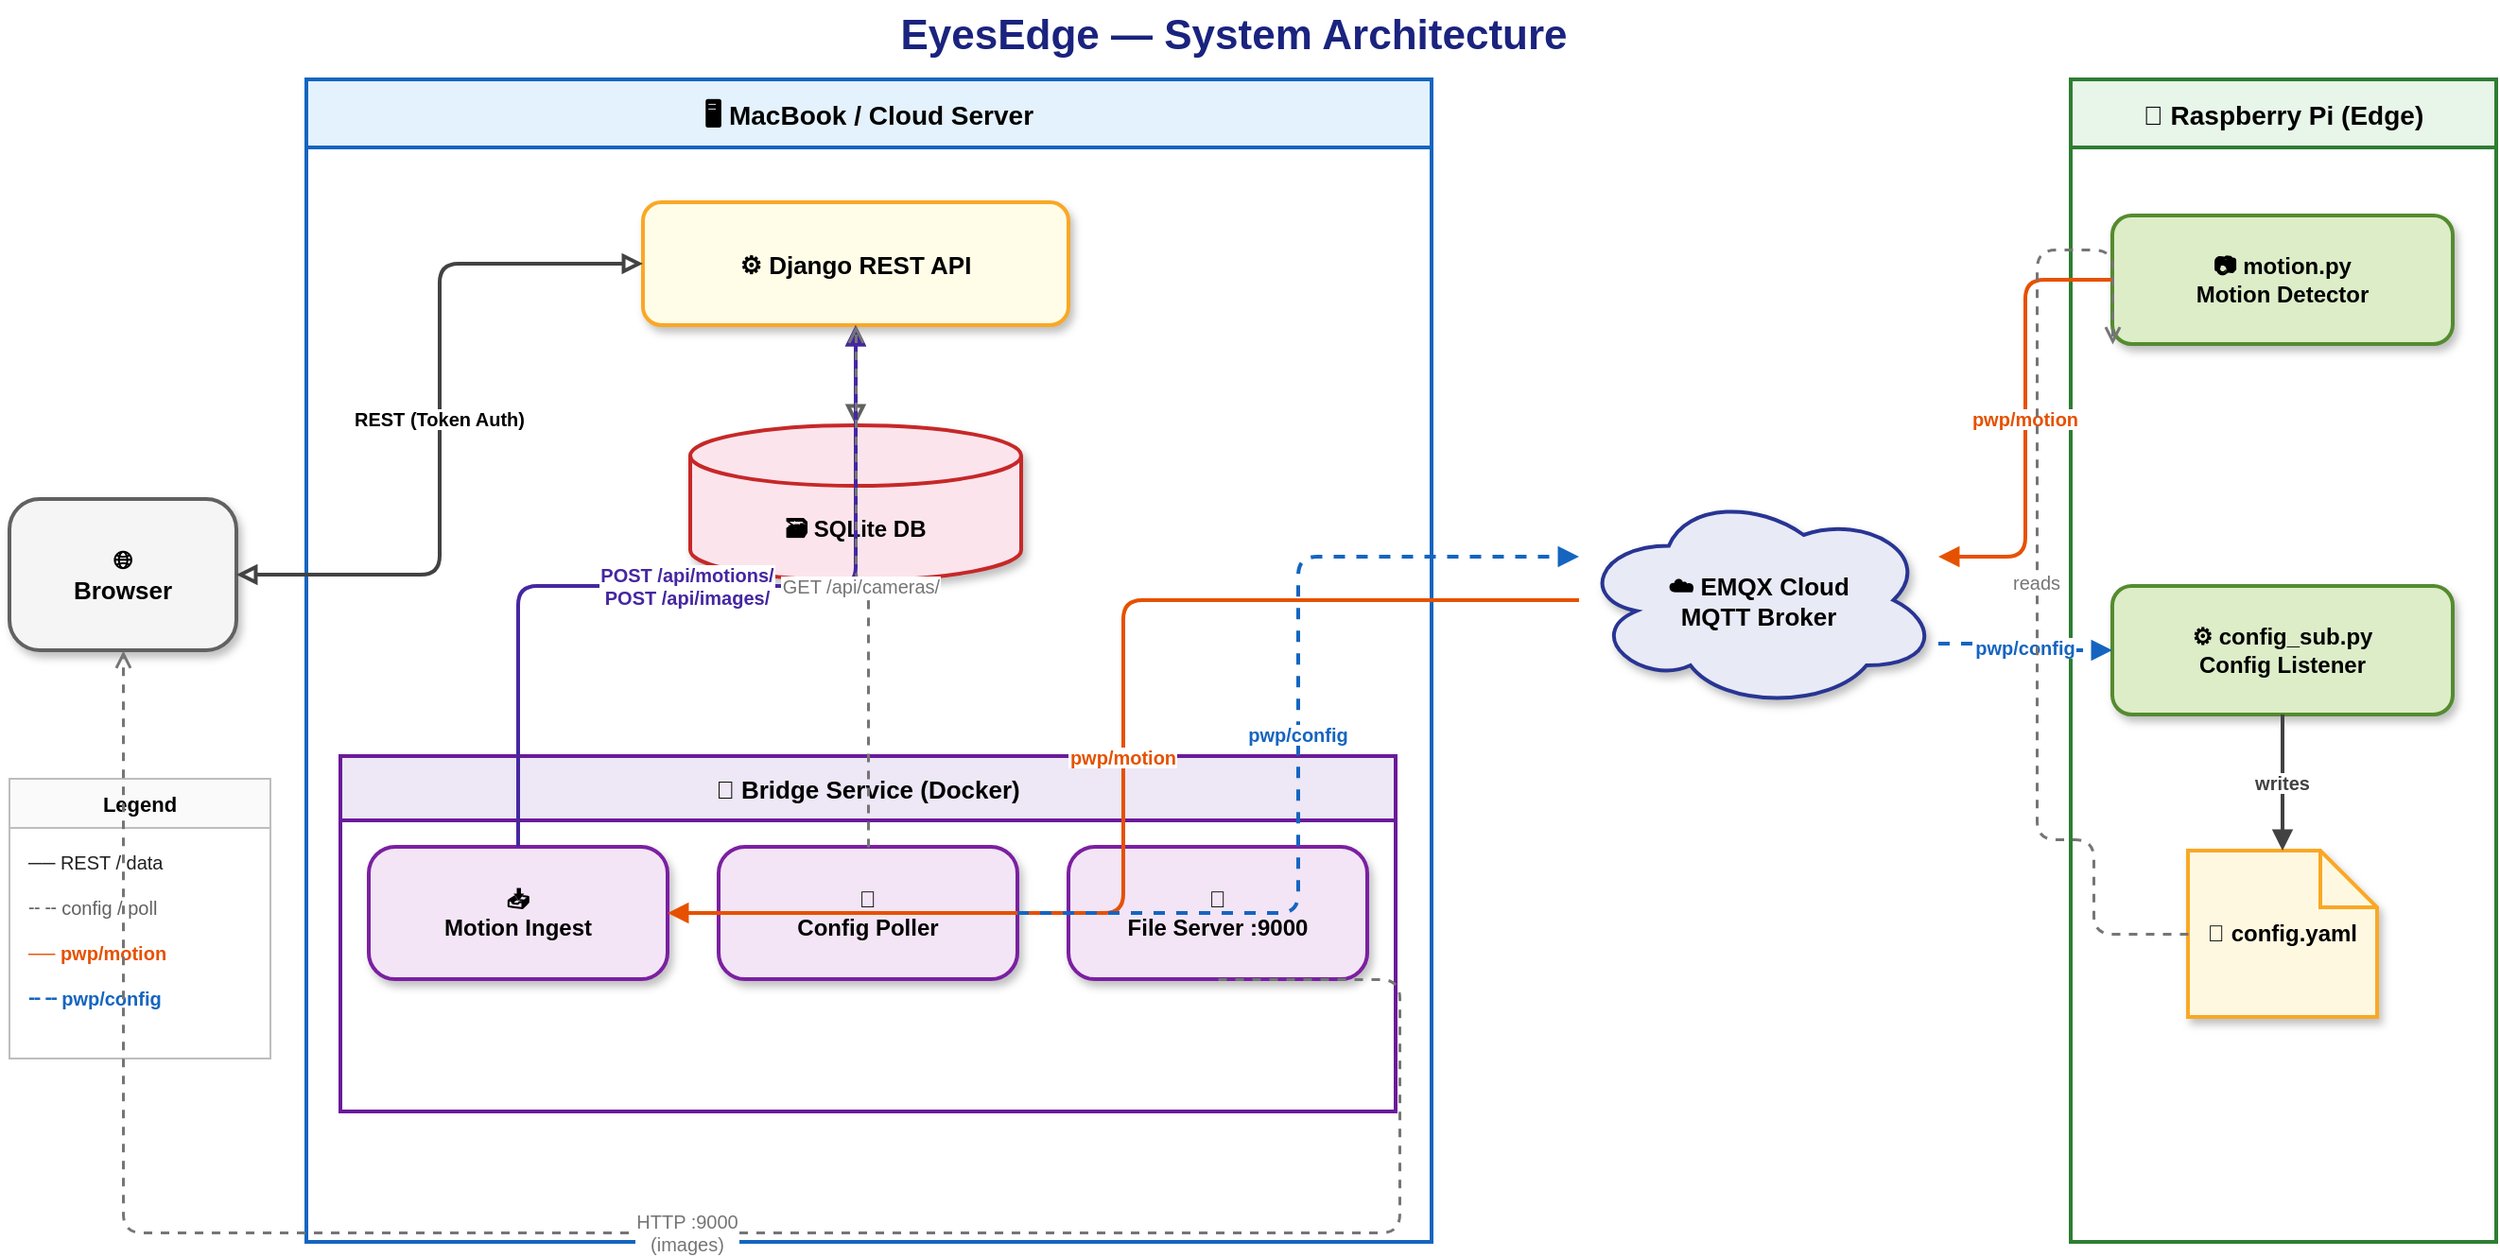
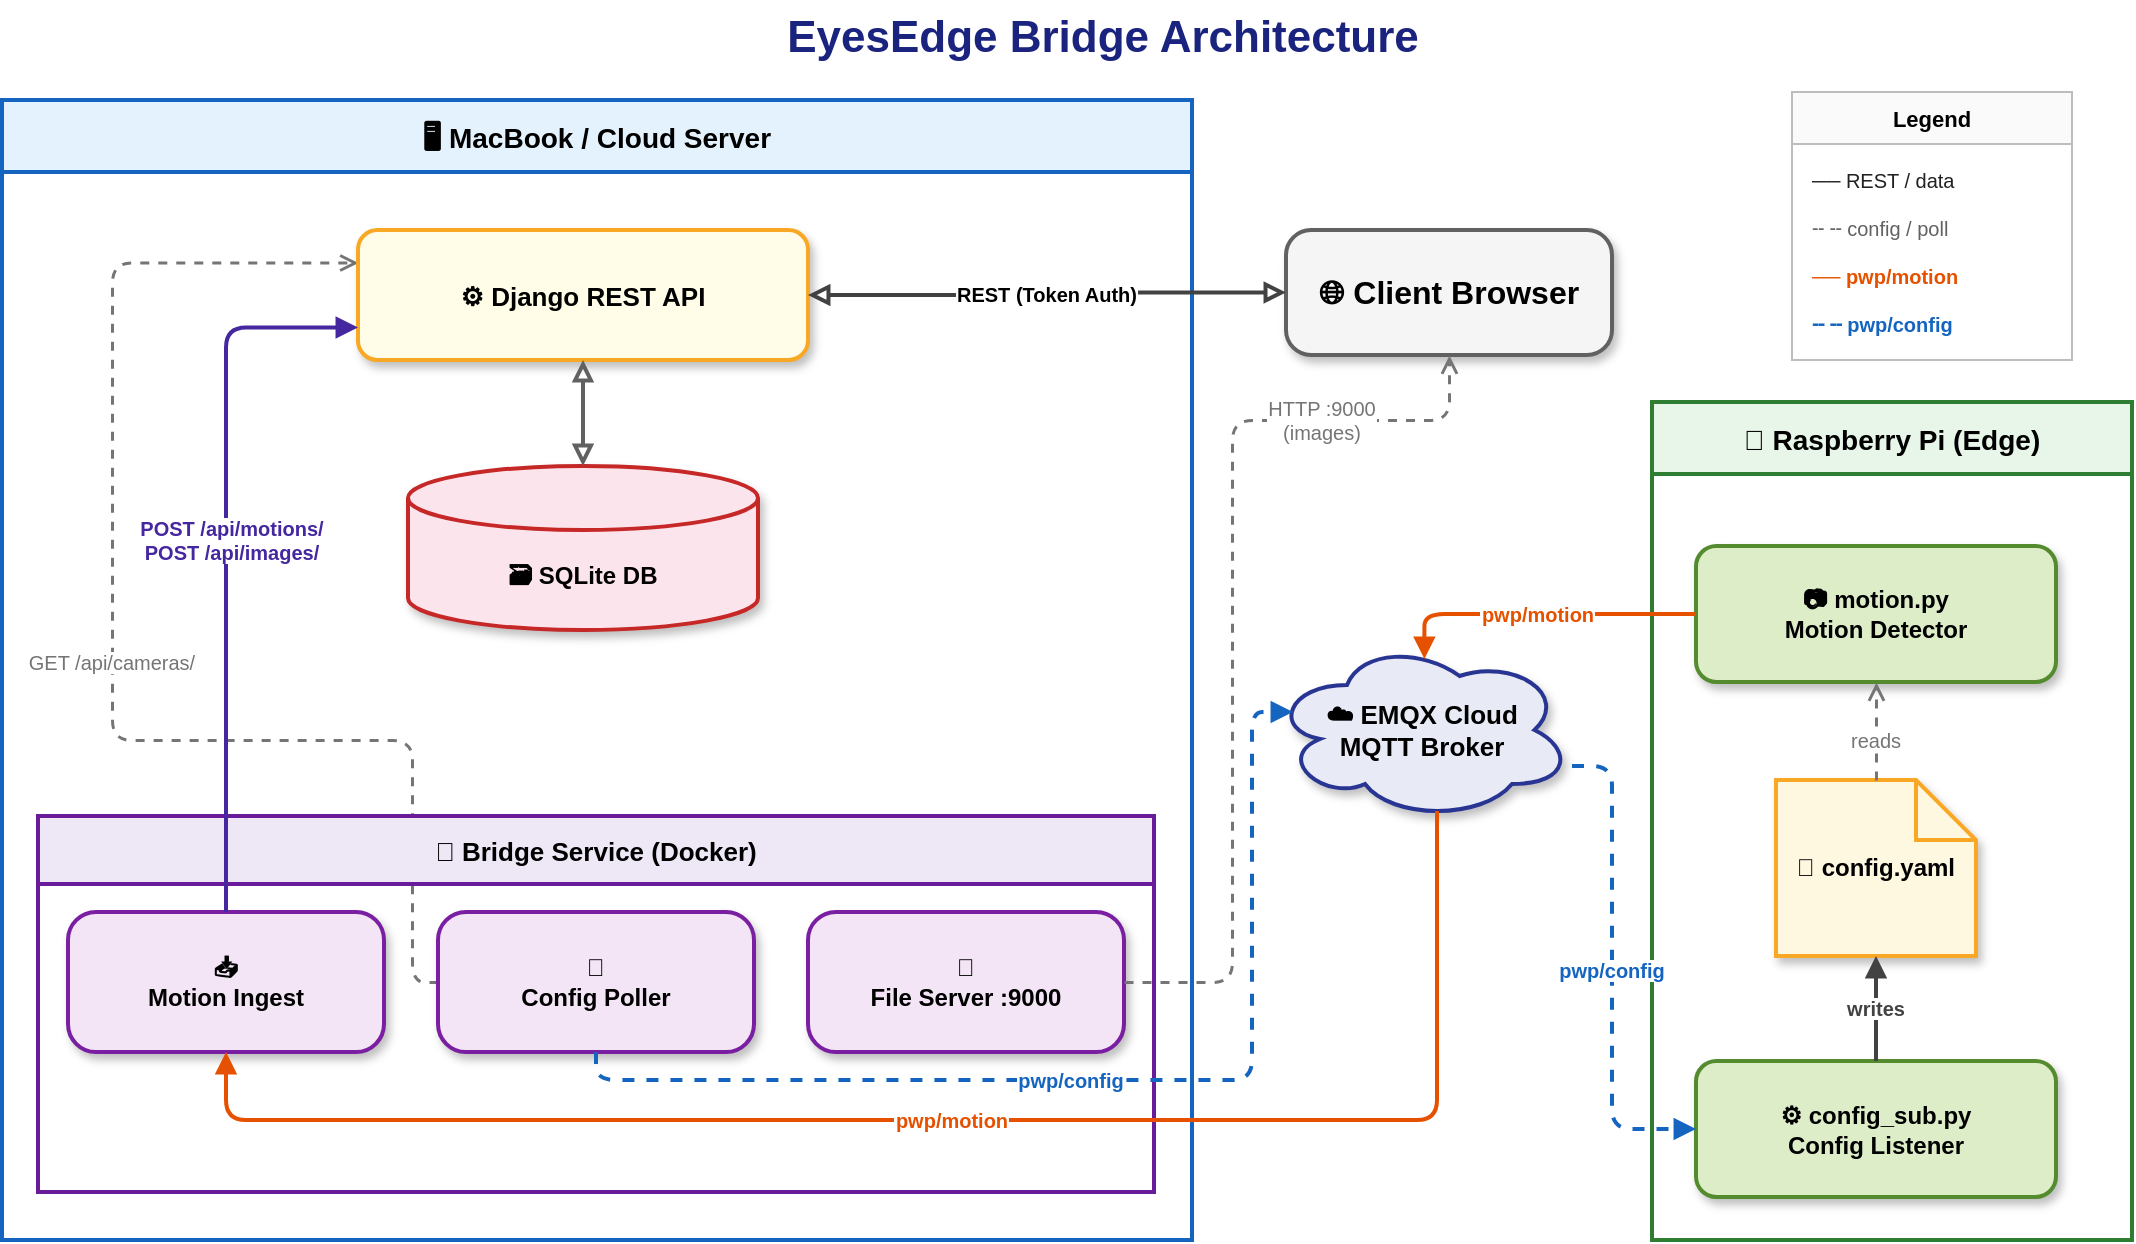
<mxfile host="65bd71144e">
    <diagram id="cu6OJsViSphCU6CIgMSp" name="Page-1">
-         <mxGraphModel dx="756" dy="620" grid="1" gridSize="10" guides="1" tooltips="1" connect="1" arrows="1" fold="1" page="1" pageScale="1" pageWidth="1654" pageHeight="1169" math="0" shadow="0">
+         <mxGraphModel dx="2344" dy="747" grid="1" gridSize="10" guides="1" tooltips="1" connect="1" arrows="1" fold="1" page="1" pageScale="1" pageWidth="1654" pageHeight="1169" math="0" shadow="0">
            <root>
                <mxCell id="0"/>
                <mxCell id="1" parent="0"/>
-                 <mxCell id="title" value="EyesEdge — System Architecture" style="text;html=1;strokeColor=none;fillColor=none;align=center;verticalAlign=middle;fontSize=22;fontStyle=1;fontColor=#1A237E;" parent="1" vertex="1">
-                     <mxGeometry x="250" y="8" width="850" height="38" as="geometry"/>
+                 <mxCell id="e4" value="GET /api/cameras/" style="edgeStyle=orthogonalEdgeStyle;rounded=1;dashed=1;endArrow=open;endFill=0;strokeColor=#757575;fontSize=10;strokeWidth=1.5;fontColor=#757575;exitX=0;exitY=0.5;exitDx=0;exitDy=0;entryX=0;entryY=0.25;entryDx=0;entryDy=0;" parent="1" source="b_config" target="api" edge="1">
+                     <mxGeometry x="0.0003" relative="1" as="geometry">
+                         <Array as="points">
+                             <mxPoint x="390" y="491"/>
+                             <mxPoint x="390" y="370"/>
+                             <mxPoint x="240" y="370"/>
+                             <mxPoint x="240" y="131"/>
+                         </Array>
+                         <mxPoint as="offset"/>
+                     </mxGeometry>
                </mxCell>
-                 <mxCell id="browser" value="🌐&#xa;Browser" style="rounded=1;whiteSpace=wrap;html=1;fillColor=#F5F5F5;strokeColor=#616161;fontStyle=1;fontSize=13;strokeWidth=2;shadow=1;arcSize=20;verticalAlign=middle;" parent="1" vertex="1">
-                     <mxGeometry x="28" y="272" width="120" height="80" as="geometry"/>
+                 <mxCell id="title" value="EyesEdge Bridge Architecture" style="text;html=1;strokeColor=none;fillColor=none;align=center;verticalAlign=middle;fontSize=22;fontStyle=1;fontColor=#1A237E;" parent="1" vertex="1">
+                     <mxGeometry x="310" width="850" height="38" as="geometry"/>
+                 </mxCell>
+                 <mxCell id="browser" value="&lt;font style=&quot;font-size: 16px;&quot;&gt;🌐 Client Browser&lt;/font&gt;" style="rounded=1;whiteSpace=wrap;html=1;fillColor=#F5F5F5;strokeColor=#616161;fontStyle=1;fontSize=13;strokeWidth=2;shadow=1;arcSize=20;verticalAlign=middle;" parent="1" vertex="1">
+                     <mxGeometry x="827" y="115" width="163" height="62.5" as="geometry"/>
                </mxCell>
                <mxCell id="server" value="🖥️  MacBook / Cloud Server" style="swimlane;fontStyle=1;align=center;startSize=36;fontSize=14;fillColor=#E3F2FD;strokeColor=#1565C0;strokeWidth=2;arcSize=4;shadow=0;" parent="1" vertex="1">
-                     <mxGeometry x="185" y="50" width="595" height="615" as="geometry"/>
+                     <mxGeometry x="185" y="50" width="595" height="570" as="geometry"/>
                </mxCell>
                <mxCell id="api" value="⚙️  Django REST API" style="rounded=1;whiteSpace=wrap;html=1;fillColor=#FFFDE7;strokeColor=#F9A825;fontStyle=1;fontSize=13;strokeWidth=2;shadow=1;arcSize=15;" parent="server" vertex="1">
                    <mxGeometry x="178" y="65" width="225" height="65" as="geometry"/>
                </mxCell>
                <mxCell id="db" value="🗃️  SQLite DB" style="shape=cylinder3;whiteSpace=wrap;html=1;boundedLbl=1;backgroundOutline=1;size=16;fillColor=#FCE4EC;strokeColor=#C62828;fontStyle=1;fontSize=12;strokeWidth=2;shadow=1;" parent="server" vertex="1">
                    <mxGeometry x="203" y="183" width="175" height="82" as="geometry"/>
                </mxCell>
                <mxCell id="bridge_box" value="🐳  Bridge Service  (Docker)" style="swimlane;startSize=34;fontStyle=1;fillColor=#EDE7F6;strokeColor=#6A1B9A;strokeWidth=2;fontSize=13;arcSize=4;" parent="server" vertex="1">
                    <mxGeometry x="18" y="358" width="558" height="188" as="geometry"/>
                </mxCell>
                <mxCell id="b_motion" value="📥&#xa;Motion Ingest" style="rounded=1;whiteSpace=wrap;html=1;fillColor=#F3E5F5;strokeColor=#7B1FA2;fontSize=12;shadow=1;arcSize=20;strokeWidth=2;fontStyle=1;" parent="bridge_box" vertex="1">
                    <mxGeometry x="15" y="48" width="158" height="70" as="geometry"/>
                </mxCell>
                <mxCell id="b_config" value="🔄&#xa;Config Poller" style="rounded=1;whiteSpace=wrap;html=1;fillColor=#F3E5F5;strokeColor=#7B1FA2;fontSize=12;shadow=1;arcSize=20;strokeWidth=2;fontStyle=1;" parent="bridge_box" vertex="1">
                    <mxGeometry x="200" y="48" width="158" height="70" as="geometry"/>
                </mxCell>
                <mxCell id="b_http" value="📂&#xa;File Server :9000" style="rounded=1;whiteSpace=wrap;html=1;fillColor=#F3E5F5;strokeColor=#7B1FA2;fontSize=12;shadow=1;arcSize=20;strokeWidth=2;fontStyle=1;" parent="bridge_box" vertex="1">
                    <mxGeometry x="385" y="48" width="158" height="70" as="geometry"/>
                </mxCell>
                <mxCell id="emqx" value="☁️  EMQX Cloud&#xa;MQTT Broker" style="shape=cloud;whiteSpace=wrap;html=1;fillColor=#E8EAF6;strokeColor=#283593;fontStyle=1;fontSize=13;strokeWidth=2;shadow=1;" parent="1" vertex="1">
-                     <mxGeometry x="858" y="268" width="190" height="115" as="geometry"/>
+                     <mxGeometry x="820" y="320" width="150" height="90" as="geometry"/>
                </mxCell>
                <mxCell id="pi_box" value="🍓  Raspberry Pi  (Edge)" style="swimlane;fontStyle=1;align=center;startSize=36;fontSize=14;fillColor=#E8F5E9;strokeColor=#2E7D32;strokeWidth=2;arcSize=4;shadow=0;" parent="1" vertex="1">
-                     <mxGeometry x="1118" y="50" width="225" height="615" as="geometry"/>
+                     <mxGeometry x="1010" y="201" width="240" height="419" as="geometry"/>
                </mxCell>
                <mxCell id="motion_py" value="📷  motion.py&#xa;Motion Detector" style="rounded=1;whiteSpace=wrap;html=1;fillColor=#DCEDC8;strokeColor=#558B2F;fontSize=12;shadow=1;arcSize=15;strokeWidth=2;fontStyle=1;" parent="pi_box" vertex="1">
                    <mxGeometry x="22" y="72" width="180" height="68" as="geometry"/>
                </mxCell>
                <mxCell id="config_sub" value="⚙️  config_sub.py&#xa;Config Listener" style="rounded=1;whiteSpace=wrap;html=1;fillColor=#DCEDC8;strokeColor=#558B2F;fontSize=12;shadow=1;arcSize=15;strokeWidth=2;fontStyle=1;" parent="pi_box" vertex="1">
-                     <mxGeometry x="22" y="268" width="180" height="68" as="geometry"/>
+                     <mxGeometry x="22" y="329.5" width="180" height="68" as="geometry"/>
                </mxCell>
                <mxCell id="config_yaml" value="📄 config.yaml" style="shape=note;whiteSpace=wrap;html=1;backgroundOutline=1;fontSize=12;fillColor=#FFF8E1;strokeColor=#F9A825;strokeWidth=2;shadow=1;fontStyle=1;" parent="pi_box" vertex="1">
-                     <mxGeometry x="62" y="408" width="100" height="88" as="geometry"/>
+                     <mxGeometry x="62" y="189" width="100" height="88" as="geometry"/>
                </mxCell>
                <mxCell id="legend" value="Legend" style="swimlane;startSize=26;fillColor=#FAFAFA;strokeColor=#BDBDBD;fontStyle=1;fontSize=11;arcSize=5;" parent="1" vertex="1">
-                     <mxGeometry x="28" y="420" width="138" height="148" as="geometry"/>
+                     <mxGeometry x="1080" y="46" width="140" height="134" as="geometry"/>
                </mxCell>
                <mxCell id="ll1" value="── REST / data" style="text;html=1;strokeColor=none;fillColor=none;fontSize=10;align=left;fontColor=#212121;" parent="legend" vertex="1">
                    <mxGeometry x="8" y="32" width="120" height="22" as="geometry"/>
                </mxCell>
                <mxCell id="ll2" value="╌ ╌ config / poll" style="text;html=1;strokeColor=none;fillColor=none;fontSize=10;align=left;fontColor=#616161;" parent="legend" vertex="1">
                    <mxGeometry x="8" y="56" width="120" height="22" as="geometry"/>
                </mxCell>
                <mxCell id="ll3" value="── pwp/motion" style="text;html=1;strokeColor=none;fillColor=none;fontSize=10;align=left;fontColor=#E65100;fontStyle=1;" parent="legend" vertex="1">
                    <mxGeometry x="8" y="80" width="120" height="22" as="geometry"/>
                </mxCell>
                <mxCell id="ll4" value="╌ ╌ pwp/config" style="text;html=1;strokeColor=none;fillColor=none;fontSize=10;align=left;fontColor=#1565C0;fontStyle=1;" parent="legend" vertex="1">
                    <mxGeometry x="8" y="104" width="120" height="22" as="geometry"/>
                </mxCell>
-                 <mxCell id="e1" value="REST (Token Auth)" style="edgeStyle=orthogonalEdgeStyle;rounded=1;endArrow=block;startArrow=block;startFill=0;endFill=0;strokeColor=#424242;fontSize=10;fontStyle=1;strokeWidth=2;exitX=1;exitY=0.5;exitDx=0;exitDy=0;entryX=0;entryY=0.5;entryDx=0;entryDy=0;" parent="1" source="browser" target="api" edge="1">
+                 <mxCell id="e1" value="REST (Token Auth)" style="edgeStyle=orthogonalEdgeStyle;rounded=1;endArrow=block;startArrow=block;startFill=0;endFill=0;strokeColor=#424242;fontSize=10;fontStyle=1;strokeWidth=2;exitX=0;exitY=0.5;exitDx=0;exitDy=0;entryX=1;entryY=0.5;entryDx=0;entryDy=0;" parent="1" source="browser" target="api" edge="1">
                    <mxGeometry relative="1" as="geometry"/>
                </mxCell>
                <mxCell id="e2" value="" style="edgeStyle=orthogonalEdgeStyle;rounded=1;endArrow=block;startArrow=block;startFill=0;endFill=0;strokeColor=#616161;strokeWidth=2;" parent="1" source="api" target="db" edge="1">
                    <mxGeometry relative="1" as="geometry"/>
                </mxCell>
-                 <mxCell id="e3" value="POST /api/motions/&#xa;POST /api/images/" style="edgeStyle=orthogonalEdgeStyle;rounded=1;endArrow=block;endFill=1;strokeColor=#4527A0;fontSize=10;strokeWidth=2;fontColor=#4527A0;fontStyle=1;exitX=0.5;exitY=0;exitDx=0;exitDy=0;" parent="1" source="b_motion" target="api" edge="1">
-                     <mxGeometry relative="1" as="geometry"/>
+                 <mxCell id="e3" value="POST /api/motions/&#xa;POST /api/images/" style="edgeStyle=orthogonalEdgeStyle;rounded=1;endArrow=block;endFill=1;strokeColor=#4527A0;fontSize=10;strokeWidth=2;fontColor=#4527A0;fontStyle=1;exitX=0.5;exitY=0;exitDx=0;exitDy=0;entryX=0;entryY=0.75;entryDx=0;entryDy=0;" parent="1" source="b_motion" target="api" edge="1">
+                     <mxGeometry x="0.0386" y="-3" relative="1" as="geometry">
+                         <Array as="points">
+                             <mxPoint x="297" y="164"/>
+                         </Array>
+                         <mxPoint as="offset"/>
+                     </mxGeometry>
                </mxCell>
-                 <mxCell id="e4" value="GET /api/cameras/" style="edgeStyle=orthogonalEdgeStyle;rounded=1;dashed=1;endArrow=open;endFill=0;strokeColor=#757575;fontSize=10;strokeWidth=1.5;fontColor=#757575;exitX=0.5;exitY=0;exitDx=0;exitDy=0;" parent="1" source="b_config" target="api" edge="1">
-                     <mxGeometry relative="1" as="geometry"/>
+                 <mxCell id="e5" value="HTTP :9000&#xa;(images)" style="edgeStyle=orthogonalEdgeStyle;rounded=1;dashed=1;endArrow=open;endFill=0;strokeColor=#757575;fontSize=10;strokeWidth=1.5;fontColor=#757575;exitX=1;exitY=0.5;exitDx=0;exitDy=0;entryX=0.5;entryY=1;entryDx=0;entryDy=0;" parent="1" source="b_http" target="browser" edge="1">
+                     <mxGeometry x="0.5973" relative="1" as="geometry">
+                         <Array as="points">
+                             <mxPoint x="800" y="491"/>
+                             <mxPoint x="800" y="210"/>
+                             <mxPoint x="909" y="210"/>
+                         </Array>
+                         <mxPoint as="offset"/>
+                     </mxGeometry>
                </mxCell>
-                 <mxCell id="e5" value="HTTP :9000&#xa;(images)" style="edgeStyle=orthogonalEdgeStyle;rounded=1;dashed=1;endArrow=open;endFill=0;strokeColor=#757575;fontSize=10;strokeWidth=1.5;fontColor=#757575;exitX=0.5;exitY=1;exitDx=0;exitDy=0;entryX=0.5;entryY=1;entryDx=0;entryDy=0;" parent="1" source="b_http" target="browser" edge="1">
+                 <mxCell id="e6" value="pwp/motion" style="edgeStyle=orthogonalEdgeStyle;rounded=1;endArrow=block;endFill=1;strokeColor=#E65100;fontSize=10;strokeWidth=2;fontColor=#E65100;fontStyle=1;exitX=0.55;exitY=0.95;exitDx=0;exitDy=0;entryX=0.5;entryY=1;entryDx=0;entryDy=0;exitPerimeter=0;" parent="1" source="emqx" target="b_motion" edge="1">
                    <mxGeometry relative="1" as="geometry">
                        <Array as="points">
-                             <mxPoint x="763" y="660"/>
-                             <mxPoint x="88" y="660"/>
+                             <mxPoint x="902" y="560"/>
+                             <mxPoint x="297" y="560"/>
                        </Array>
                    </mxGeometry>
                </mxCell>
-                 <mxCell id="e6" value="pwp/motion" style="edgeStyle=orthogonalEdgeStyle;rounded=1;endArrow=block;endFill=1;strokeColor=#E65100;fontSize=10;strokeWidth=2;fontColor=#E65100;fontStyle=1;exitX=0;exitY=0.5;exitDx=0;exitDy=0;entryX=1;entryY=0.5;entryDx=0;entryDy=0;" parent="1" source="emqx" target="b_motion" edge="1">
-                     <mxGeometry relative="1" as="geometry"/>
+                 <mxCell id="e7" value="pwp/config" style="edgeStyle=orthogonalEdgeStyle;rounded=1;dashed=1;endArrow=block;endFill=1;strokeColor=#1565C0;fontSize=10;strokeWidth=2;fontColor=#1565C0;fontStyle=1;exitX=0.5;exitY=1;exitDx=0;exitDy=0;entryX=0.07;entryY=0.4;entryDx=0;entryDy=0;entryPerimeter=0;" parent="1" source="b_config" target="emqx" edge="1">
+                     <mxGeometry x="-0.0789" relative="1" as="geometry">
+                         <Array as="points">
+                             <mxPoint x="482" y="540"/>
+                             <mxPoint x="810" y="540"/>
+                             <mxPoint x="810" y="356"/>
+                         </Array>
+                         <mxPoint as="offset"/>
+                     </mxGeometry>
                </mxCell>
-                 <mxCell id="e7" value="pwp/config" style="edgeStyle=orthogonalEdgeStyle;rounded=1;dashed=1;endArrow=block;endFill=1;strokeColor=#1565C0;fontSize=10;strokeWidth=2;fontColor=#1565C0;fontStyle=1;exitX=1;exitY=0.5;exitDx=0;exitDy=0;entryX=0;entryY=0.3;entryDx=0;entryDy=0;" parent="1" source="b_config" target="emqx" edge="1">
-                     <mxGeometry relative="1" as="geometry"/>
-                 </mxCell>
-                 <mxCell id="e8" value="pwp/motion" style="edgeStyle=orthogonalEdgeStyle;rounded=1;endArrow=block;endFill=1;strokeColor=#E65100;fontSize=10;strokeWidth=2;fontColor=#E65100;fontStyle=1;exitX=0;exitY=0.5;exitDx=0;exitDy=0;entryX=1;entryY=0.3;entryDx=0;entryDy=0;" parent="1" source="motion_py" target="emqx" edge="1">
-                     <mxGeometry relative="1" as="geometry"/>
+                 <mxCell id="e8" value="pwp/motion" style="edgeStyle=orthogonalEdgeStyle;rounded=1;endArrow=block;endFill=1;strokeColor=#E65100;fontSize=10;strokeWidth=2;fontColor=#E65100;fontStyle=1;exitX=0;exitY=0.5;exitDx=0;exitDy=0;entryX=0.508;entryY=0.105;entryDx=0;entryDy=0;entryPerimeter=0;" parent="1" source="motion_py" target="emqx" edge="1">
+                     <mxGeometry relative="1" as="geometry">
+                         <Array as="points">
+                             <mxPoint x="896" y="307"/>
+                         </Array>
+                     </mxGeometry>
                </mxCell>
                <mxCell id="e9" value="pwp/config" style="edgeStyle=orthogonalEdgeStyle;rounded=1;dashed=1;endArrow=block;endFill=1;strokeColor=#1565C0;fontSize=10;strokeWidth=2;fontColor=#1565C0;fontStyle=1;exitX=1;exitY=0.7;exitDx=0;exitDy=0;entryX=0;entryY=0.5;entryDx=0;entryDy=0;" parent="1" source="emqx" target="config_sub" edge="1">
-                     <mxGeometry relative="1" as="geometry"/>
+                     <mxGeometry relative="1" as="geometry">
+                         <Array as="points">
+                             <mxPoint x="990" y="383"/>
+                             <mxPoint x="990" y="564"/>
+                         </Array>
+                     </mxGeometry>
                </mxCell>
                <mxCell id="e10" value="writes" style="edgeStyle=orthogonalEdgeStyle;rounded=1;endArrow=block;endFill=1;strokeColor=#424242;fontSize=10;strokeWidth=2;fontColor=#424242;fontStyle=1;" parent="1" source="config_sub" target="config_yaml" edge="1">
                    <mxGeometry relative="1" as="geometry"/>
                </mxCell>
-                 <mxCell id="e11" value="reads" style="edgeStyle=orthogonalEdgeStyle;rounded=1;dashed=1;endArrow=open;endFill=0;strokeColor=#757575;fontSize=10;strokeWidth=1.5;fontColor=#757575;exitX=0;exitY=0.5;exitDx=0;exitDy=0;entryX=0;entryY=1;entryDx=0;entryDy=0;" parent="1" source="config_yaml" target="motion_py" edge="1">
-                     <mxGeometry relative="1" as="geometry">
+                 <mxCell id="e11" value="reads" style="edgeStyle=orthogonalEdgeStyle;rounded=1;dashed=1;endArrow=open;endFill=0;strokeColor=#757575;fontSize=10;strokeWidth=1.5;fontColor=#757575;exitX=0.5;exitY=0;exitDx=0;exitDy=0;entryX=0.5;entryY=1;entryDx=0;entryDy=0;exitPerimeter=0;" parent="1" source="config_yaml" target="motion_py" edge="1">
+                     <mxGeometry x="-0.1837" relative="1" as="geometry">
                        <Array as="points">
-                             <mxPoint x="1130" y="452"/>
-                             <mxPoint x="1100" y="452"/>
-                             <mxPoint x="1100" y="140"/>
-                             <mxPoint x="1140" y="140"/>
+                             <mxPoint x="1122" y="370"/>
+                             <mxPoint x="1122" y="370"/>
                        </Array>
+                         <mxPoint as="offset"/>
                    </mxGeometry>
                </mxCell>
            </root>
        </mxGraphModel>
    </diagram>
</mxfile>